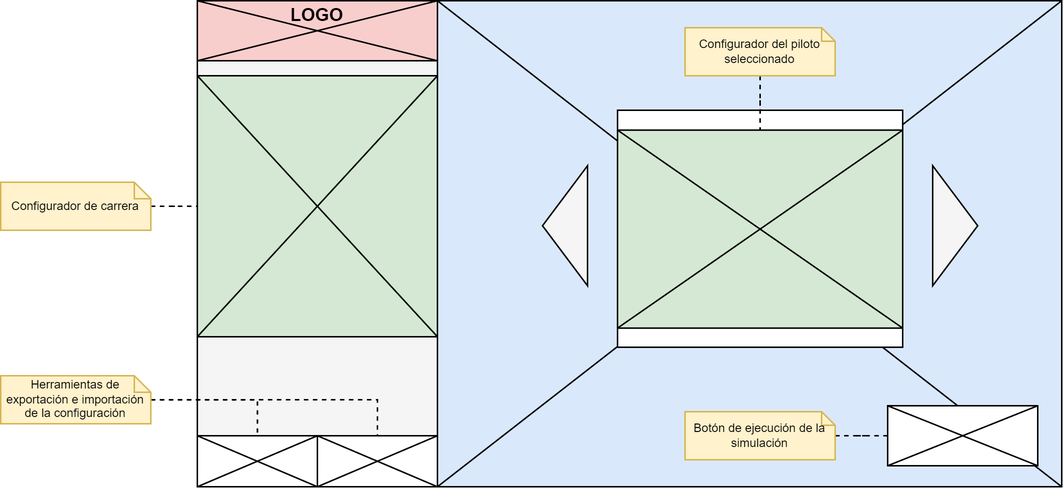
amt911/TFG-Documento keeps this draw.io diagram as Plantilla_TFG_latex/imagenes/pag1-proto.png. Above is the earlier version. Source tidied: cells renumbered, new cells last; positions are measured from the earlier drawing's top-left corner, leaving out a move shared by most shapes.
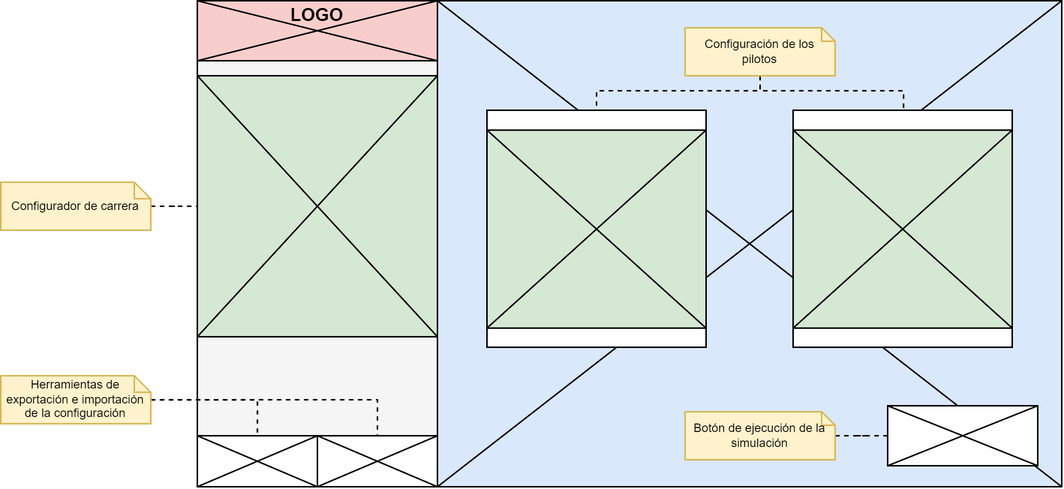
The same file after the commit.

The edit, as a diff of the source:
```diff
@@ -29,12 +29,6 @@
     <mxCell id="10" value="LOGO" style="rounded=0;whiteSpace=wrap;html=1;strokeColor=default;fillColor=#f8cecc;verticalAlign=top;fontStyle=1;spacing=-2;" parent="1" vertex="1">
       <mxGeometry x="131" width="160" height="40" as="geometry" />
     </mxCell>
-    <mxCell id="11" style="triangle;whiteSpace=wrap;html=1;strokeColor=default;fillColor=#f5f5f5;fontColor=#333333;" parent="1" vertex="1">
-      <mxGeometry x="621" y="110" width="30" height="80" as="geometry" />
-    </mxCell>
-    <mxCell id="12" style="triangle;whiteSpace=wrap;html=1;strokeColor=default;fillColor=#f5f5f5;flipH=1;fontColor=#333333;" parent="1" vertex="1">
-      <mxGeometry x="361" y="110" width="30" height="80" as="geometry" />
-    </mxCell>
     <mxCell id="13" style="endArrow=none;html=1;rounded=0;exitX=0;exitY=1;exitDx=0;exitDy=0;entryX=1;entryY=0;entryDx=0;entryDy=0;" parent="1" edge="1" source="10" target="10">
       <mxGeometry relative="1" as="geometry" />
     </mxCell>
@@ -66,16 +60,16 @@
       <mxGeometry relative="1" as="geometry" />
     </mxCell>
     <mxCell id="23" style="group;" parent="1" vertex="1">
-      <mxGeometry x="411" y="73" width="190" height="158" as="geometry" />
+      <mxGeometry x="324" y="73" width="146" height="158" as="geometry" />
     </mxCell>
     <mxCell id="24" style="rounded=0;whiteSpace=wrap;html=1;" parent="23" vertex="1">
-      <mxGeometry width="190" height="158" as="geometry" />
+      <mxGeometry width="146" height="158" as="geometry" />
     </mxCell>
     <mxCell id="25" style="group;" parent="23" vertex="1">
-      <mxGeometry y="13.2" width="190" height="132.8" as="geometry" />
+      <mxGeometry y="13.2" width="146" height="132.8" as="geometry" />
     </mxCell>
     <mxCell id="26" style="rounded=0;whiteSpace=wrap;html=1;strokeColor=#000000;fillColor=#d5e8d4;fontSize=10;verticalAlign=middle;align=center;spacingLeft=10;" parent="25" vertex="1">
-      <mxGeometry width="190" height="132" as="geometry" />
+      <mxGeometry width="146" height="132" as="geometry" />
     </mxCell>
     <mxCell id="27" style="endArrow=none;html=1;rounded=0;entryX=1;entryY=0;entryDx=0;entryDy=0;exitX=0;exitY=1;exitDx=0;exitDy=0;" parent="25" edge="1" source="26" target="26">
       <mxGeometry relative="1" as="geometry" />
@@ -98,10 +92,23 @@
     <mxCell id="33" value="Herramientas de exportación e importación de la configuración" style="shape=note;size=11;whiteSpace=wrap;html=1;fillColor=#fff2cc;strokeColor=#d6b656;fontSize=8;" parent="1" vertex="1">
       <mxGeometry y="250" width="100" height="32" as="geometry" />
     </mxCell>
-    <mxCell id="34" style="edgeStyle=orthogonalEdgeStyle;rounded=0;jettySize=auto;html=1;entryX=0.5;entryY=0;entryDx=0;entryDy=0;endArrow=none;endFill=0;dashed=1;" parent="1" edge="1" source="35" target="26">
-      <mxGeometry relative="1" as="geometry" />
-    </mxCell>
+    <mxCell id="38" style="edgeStyle=orthogonalEdgeStyle;rounded=0;jettySize=auto;html=1;entryX=0.5;entryY=0;entryDx=0;entryDy=0;endArrow=none;endFill=0;dashed=1;" parent="1" edge="1" source="35" target="24">
+      <mxGeometry relative="1" as="geometry">
+        <Array as="points">
+          <mxPoint x="506" y="60" />
+          <mxPoint x="397" y="60" />
+        </Array>
+      </mxGeometry>
+    </mxCell>
+    <mxCell id="39" style="edgeStyle=orthogonalEdgeStyle;rounded=0;jettySize=auto;html=1;entryX=0.504;entryY=0.015;entryDx=0;entryDy=0;entryPerimeter=0;endArrow=none;endFill=0;dashed=1;" parent="1" edge="1" source="35" target="41">
+      <mxGeometry relative="1" as="geometry">
+        <Array as="points">
+          <mxPoint x="506" y="60" />
+          <mxPoint x="602" y="60" />
+        </Array>
+      </mxGeometry>
+    </mxCell>
-    <mxCell id="35" value="Configurador del piloto seleccionado" style="shape=note;size=9;whiteSpace=wrap;html=1;fillColor=#fff2cc;strokeColor=#d6b656;fontSize=8;" parent="1" vertex="1">
+    <mxCell id="35" value="Configuración de los pilotos" style="shape=note;size=9;whiteSpace=wrap;html=1;fillColor=#fff2cc;strokeColor=#d6b656;fontSize=8;" parent="1" vertex="1">
       <mxGeometry x="456" y="18" width="100" height="32" as="geometry" />
     </mxCell>
     <mxCell id="36" style="edgeStyle=orthogonalEdgeStyle;rounded=0;jettySize=auto;html=1;entryX=0;entryY=0.5;entryDx=0;entryDy=0;dashed=1;endArrow=none;endFill=0;" parent="1" edge="1" source="37" target="7">
@@ -110,5 +117,23 @@
     <mxCell id="37" value="Botón de ejecución de la simulación" style="shape=note;size=9;whiteSpace=wrap;html=1;fillColor=#fff2cc;strokeColor=#d6b656;fontSize=8;" parent="1" vertex="1">
       <mxGeometry x="456" y="274" width="100" height="32" as="geometry" />
     </mxCell>
+    <mxCell id="40" style="group;" parent="1" vertex="1">
+      <mxGeometry x="528" y="73" width="146" height="158" as="geometry" />
+    </mxCell>
+    <mxCell id="41" style="rounded=0;whiteSpace=wrap;html=1;" parent="40" vertex="1">
+      <mxGeometry width="146" height="158" as="geometry" />
+    </mxCell>
+    <mxCell id="42" style="group;" parent="40" vertex="1">
+      <mxGeometry y="13.2" width="146" height="132.8" as="geometry" />
+    </mxCell>
+    <mxCell id="43" style="rounded=0;whiteSpace=wrap;html=1;strokeColor=#000000;fillColor=#d5e8d4;fontSize=10;verticalAlign=middle;align=center;spacingLeft=10;" parent="42" vertex="1">
+      <mxGeometry width="146" height="132" as="geometry" />
+    </mxCell>
+    <mxCell id="44" style="endArrow=none;html=1;rounded=0;entryX=1;entryY=0;entryDx=0;entryDy=0;exitX=0;exitY=1;exitDx=0;exitDy=0;" parent="42" edge="1" source="43" target="43">
+      <mxGeometry relative="1" as="geometry" />
+    </mxCell>
+    <mxCell id="45" style="endArrow=none;html=1;rounded=0;entryX=1;entryY=1;entryDx=0;entryDy=0;exitX=0;exitY=0;exitDx=0;exitDy=0;" parent="42" edge="1" source="43" target="43">
+      <mxGeometry relative="1" as="geometry" />
+    </mxCell>
   </root>
 </mxGraphModel>
```
